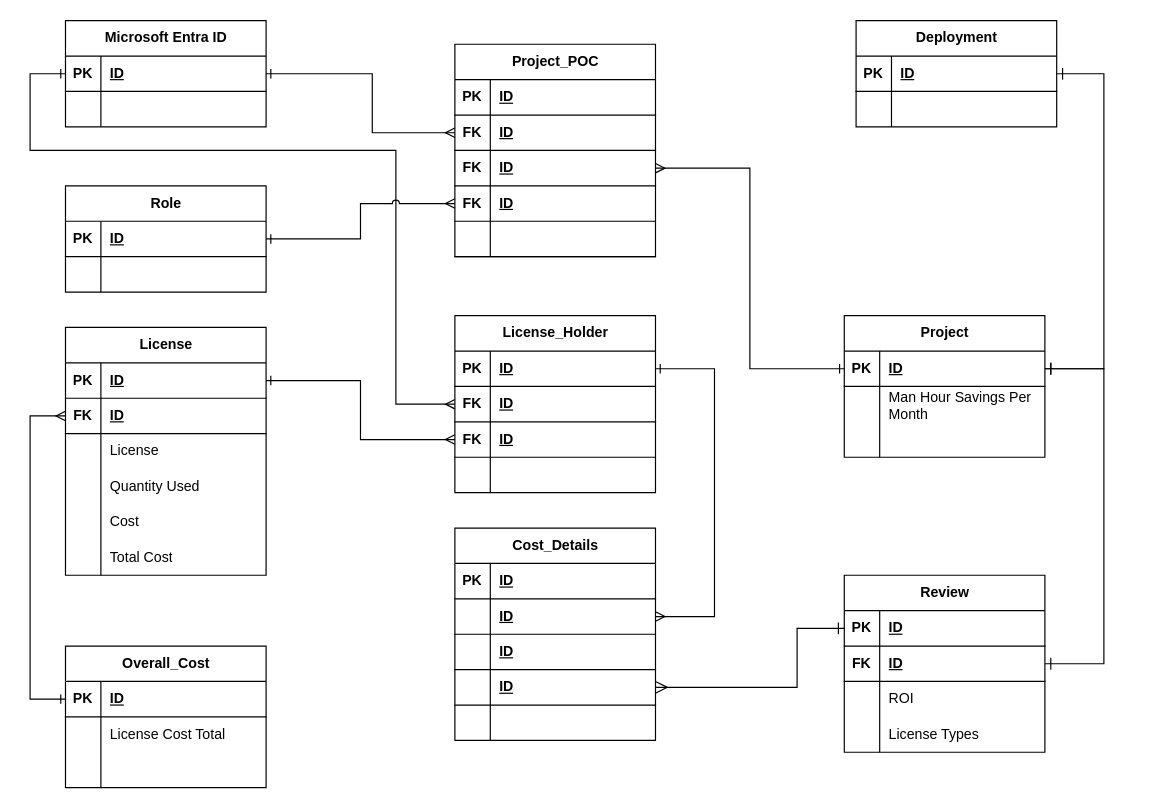
Earlier version of the draw.io diagram page "Option-3y" (1 of 2) of erd-projint-01.drawio (josjreyes/ProjectIntake). Source tidied: cells renumbered, new cells numbered last; positions are measured from the earlier drawing's top-left corner, leaving out a move shared by most shapes. Both pictures are drawn from the tidied source at 118%, with x=0, y=0 at pixel (30, 20).
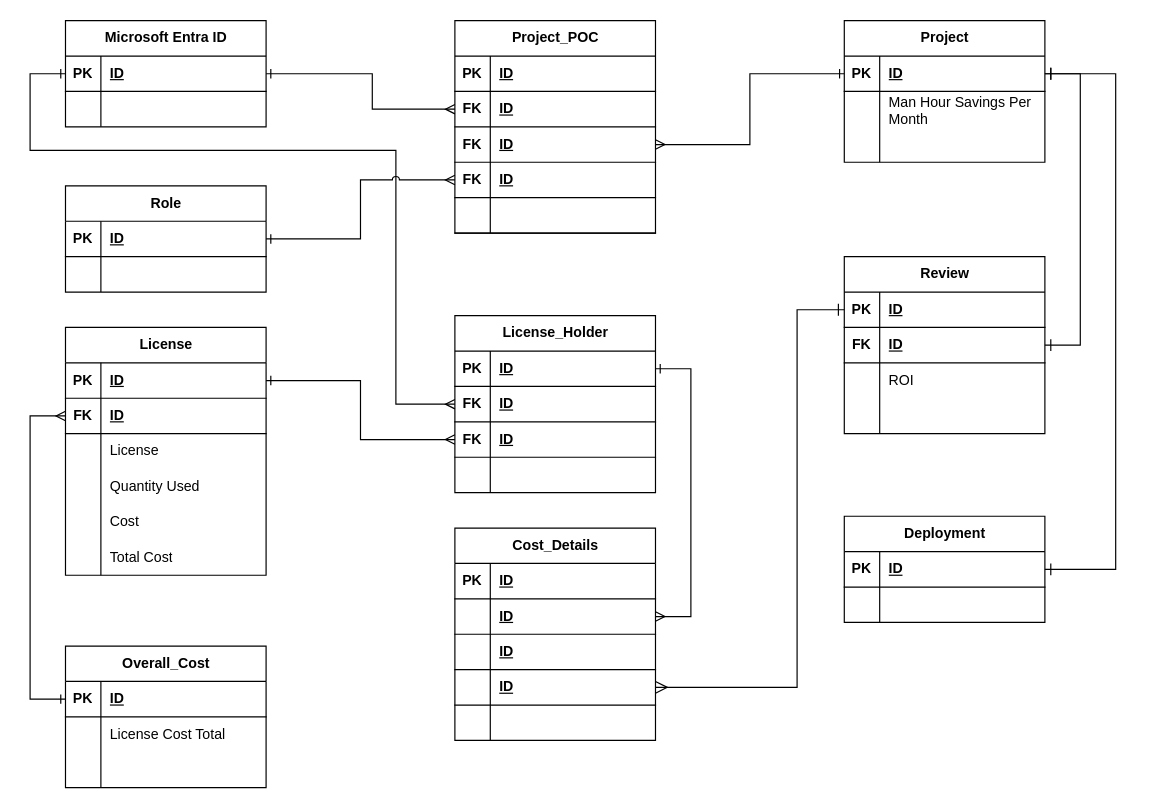
After the change.

Commit message:
Table rearrangement

The change refers to these unchanged cells:
```xml
<mxCell id="3" style="shape=tableRow;horizontal=0;startSize=0;swimlaneHead=0;swimlaneBody=0;fillColor=none;points=[[0,0.5],[1,0.5]];portConstraint=eastwest;top=0;left=0;right=0;bottom=1;" parent="2" vertex="1">
  <mxGeometry y="30" width="170" height="30" as="geometry" />
</mxCell>
<mxCell id="35" style="shape=tableRow;horizontal=0;startSize=0;swimlaneHead=0;swimlaneBody=0;fillColor=none;points=[[0,0.5],[1,0.5]];portConstraint=eastwest;top=0;left=0;right=0;bottom=1;" parent="31" vertex="1">
  <mxGeometry y="60" width="170" height="30" as="geometry" />
</mxCell>
<mxCell id="41" style="shape=tableRow;horizontal=0;startSize=0;swimlaneHead=0;swimlaneBody=0;fillColor=none;points=[[0,0.5],[1,0.5]];portConstraint=eastwest;top=0;left=0;right=0;bottom=1;" parent="31" vertex="1">
  <mxGeometry y="120" width="170" height="30" as="geometry" />
</mxCell>
<mxCell id="48" style="shape=tableRow;horizontal=0;startSize=0;swimlaneHead=0;swimlaneBody=0;fillColor=none;points=[[0,0.5],[1,0.5]];portConstraint=eastwest;top=0;left=0;right=0;bottom=1;" parent="47" vertex="1">
  <mxGeometry y="30" width="170" height="30" as="geometry" />
</mxCell>
<mxCell id="55" style="shape=tableRow;horizontal=0;startSize=0;swimlaneHead=0;swimlaneBody=0;fillColor=none;points=[[0,0.5],[1,0.5]];portConstraint=eastwest;top=0;left=0;right=0;bottom=1;" parent="54" vertex="1">
  <mxGeometry y="30" width="170" height="30" as="geometry" />
</mxCell>
<mxCell id="64" style="shape=tableRow;horizontal=0;startSize=0;swimlaneHead=0;swimlaneBody=0;fillColor=none;points=[[0,0.5],[1,0.5]];portConstraint=eastwest;top=0;left=0;right=0;bottom=1;" parent="63" vertex="1">
  <mxGeometry y="30" width="170" height="30" as="geometry" />
</mxCell>
<mxCell id="67" style="shape=tableRow;horizontal=0;startSize=0;swimlaneHead=0;swimlaneBody=0;fillColor=none;points=[[0,0.5],[1,0.5]];portConstraint=eastwest;top=0;left=0;right=0;bottom=1;" parent="63" vertex="1">
  <mxGeometry y="60" width="170" height="30" as="geometry" />
</mxCell>
<mxCell id="73" style="shape=tableRow;horizontal=0;startSize=0;swimlaneHead=0;swimlaneBody=0;fillColor=none;top=0;left=0;right=0;bottom=0;" parent="63" vertex="1">
  <mxGeometry y="120" width="170" height="30" as="geometry" />
</mxCell>
<mxCell id="80" style="shape=tableRow;horizontal=0;startSize=0;swimlaneHead=0;swimlaneBody=0;fillColor=none;points=[[0,0.5],[1,0.5]];portConstraint=eastwest;top=0;left=0;right=0;bottom=1;" parent="76" vertex="1">
  <mxGeometry y="60" width="170" height="30" as="geometry" />
</mxCell>
<mxCell id="99" style="shape=tableRow;horizontal=0;startSize=0;swimlaneHead=0;swimlaneBody=0;fillColor=none;points=[[0,0.5],[1,0.5]];portConstraint=eastwest;top=0;left=0;right=0;bottom=1;" parent="98" vertex="1">
  <mxGeometry y="30" width="170" height="30" as="geometry" />
</mxCell>
```

What changed in the source:
```diff
@@
     <mxCell id="2" value="Project" style="shape=table;startSize=30;childLayout=tableLayout;rowLines=0;fontStyle=1;align=center;html=1;" parent="1" vertex="1">
-      <mxGeometry x="690" y="250" width="170" height="120" as="geometry" />
+      <mxGeometry x="690" width="170" height="120" as="geometry" />
     </mxCell>
@@
     <mxCell id="54" value="Deployment" style="shape=table;startSize=30;childLayout=tableLayout;rowLines=0;fontStyle=1;align=center;html=1;" parent="1" vertex="1">
-      <mxGeometry x="700" width="170" height="90" as="geometry" />
+      <mxGeometry x="690" y="420" width="170" height="90" as="geometry" />
     </mxCell>
@@
     <mxCell id="61" style="edgeStyle=orthogonalEdgeStyle;rounded=0;jettySize=auto;html=1;exitX=1;exitY=0.5;exitDx=0;exitDy=0;endArrow=ERone;endFill=0;startArrow=ERmany;startFill=0;entryX=1;entryY=0.5;entryDx=0;entryDy=0;" parent="1" edge="1" source="35" target="99">
       <mxGeometry relative="1" as="geometry">
         <Array as="points">
-          <mxPoint x="580" y="505" />
-          <mxPoint x="580" y="295" />
+          <mxPoint x="560" y="505" />
+          <mxPoint x="560" y="295" />
         </Array>
       </mxGeometry>
     </mxCell>
@@
     <mxCell id="63" value="Review" style="shape=table;startSize=30;childLayout=tableLayout;rowLines=0;fontStyle=1;align=center;html=1;" parent="1" vertex="1">
-      <mxGeometry x="690" y="470" width="170" height="150" as="geometry" />
+      <mxGeometry x="690" y="200" width="170" height="150" as="geometry" />
     </mxCell>
@@
-    <mxCell id="75" value="License Types" style="shape=partialRectangle;fillColor=none;top=0;left=0;bottom=0;right=0;align=left;spacingLeft=6;overflow=hidden;whiteSpace=wrap;html=1;" parent="73" vertex="1">
+    <mxCell id="75" style="shape=partialRectangle;fillColor=none;top=0;left=0;bottom=0;right=0;align=left;spacingLeft=6;overflow=hidden;whiteSpace=wrap;html=1;" parent="73" vertex="1">
       <mxGeometry x="30" width="140" height="30" as="geometry" />
     </mxCell>
     <mxCell id="76" value="Project_POC" style="shape=table;startSize=30;childLayout=tableLayout;rowLines=0;fontStyle=1;align=center;html=1;" parent="1" vertex="1">
-      <mxGeometry x="360" y="20" width="170" height="180" as="geometry" />
+      <mxGeometry x="360" width="170" height="180" as="geometry" />
     </mxCell>
@@
     <mxCell id="92" style="edgeStyle=orthogonalEdgeStyle;rounded=0;jettySize=auto;html=1;startArrow=ERmany;startFill=0;endArrow=ERone;endFill=0;exitX=0;exitY=0.5;exitDx=0;exitDy=0;" parent="1" edge="1" source="80" target="48">
       <mxGeometry relative="1" as="geometry">
         <Array as="points">
-          <mxPoint x="290" y="95" />
+          <mxPoint x="290" y="75" />
           <mxPoint x="290" y="45" />
         </Array>
       </mxGeometry>
     </mxCell>
@@
     <mxCell id="95" style="edgeStyle=orthogonalEdgeStyle;rounded=0;jettySize=auto;html=1;entryX=1;entryY=0.5;entryDx=0;entryDy=0;fontSize=12;startSize=8;endSize=8;exitX=0;exitY=0.5;exitDx=0;exitDy=0;startArrow=ERone;startFill=0;endArrow=ERmany;endFill=0;" parent="1" edge="1" source="64" target="41">
       <mxGeometry relative="1" as="geometry">
         <Array as="points">
-          <mxPoint x="650" y="515" />
+          <mxPoint x="650" y="245" />
           <mxPoint x="650" y="565" />
         </Array>
       </mxGeometry>
     </mxCell>
@@
-    <mxCell id="97" style="edgeStyle=orthogonalEdgeStyle;rounded=0;jettySize=auto;html=1;fontSize=12;startSize=8;endSize=8;entryX=1;entryY=0.5;entryDx=0;entryDy=0;exitX=1;exitY=0.5;exitDx=0;exitDy=0;startArrow=ERone;startFill=0;endArrow=ERone;endFill=0;" parent="1" edge="1" source="3" target="55">
+    <mxCell id="97" style="edgeStyle=orthogonalEdgeStyle;rounded=0;jettySize=auto;html=1;fontSize=12;startSize=8;endSize=8;entryX=1;entryY=0.5;entryDx=0;entryDy=0;startArrow=ERone;startFill=0;endArrow=ERone;endFill=0;exitX=1;exitY=0.5;exitDx=0;exitDy=0;" parent="1" edge="1" source="3" target="55">
       <mxGeometry relative="1" as="geometry">
         <Array as="points">
-          <mxPoint x="910" y="295" />
-          <mxPoint x="910" y="45" />
+          <mxPoint x="920" y="45" />
+          <mxPoint x="920" y="465" />
         </Array>
       </mxGeometry>
     </mxCell>
@@
     <mxCell id="118" style="edgeStyle=orthogonalEdgeStyle;rounded=0;jettySize=auto;html=1;fontSize=12;startSize=8;endSize=8;entryX=1;entryY=0.5;entryDx=0;entryDy=0;exitX=1;exitY=0.5;exitDx=0;exitDy=0;startArrow=ERone;startFill=0;endArrow=ERone;endFill=0;jumpStyle=arc;" parent="1" edge="1" source="3" target="67">
       <mxGeometry relative="1" as="geometry">
         <Array as="points">
-          <mxPoint x="910" y="295" />
-          <mxPoint x="910" y="545" />
+          <mxPoint x="890" y="45" />
+          <mxPoint x="890" y="275" />
         </Array>
       </mxGeometry>
     </mxCell>
```
